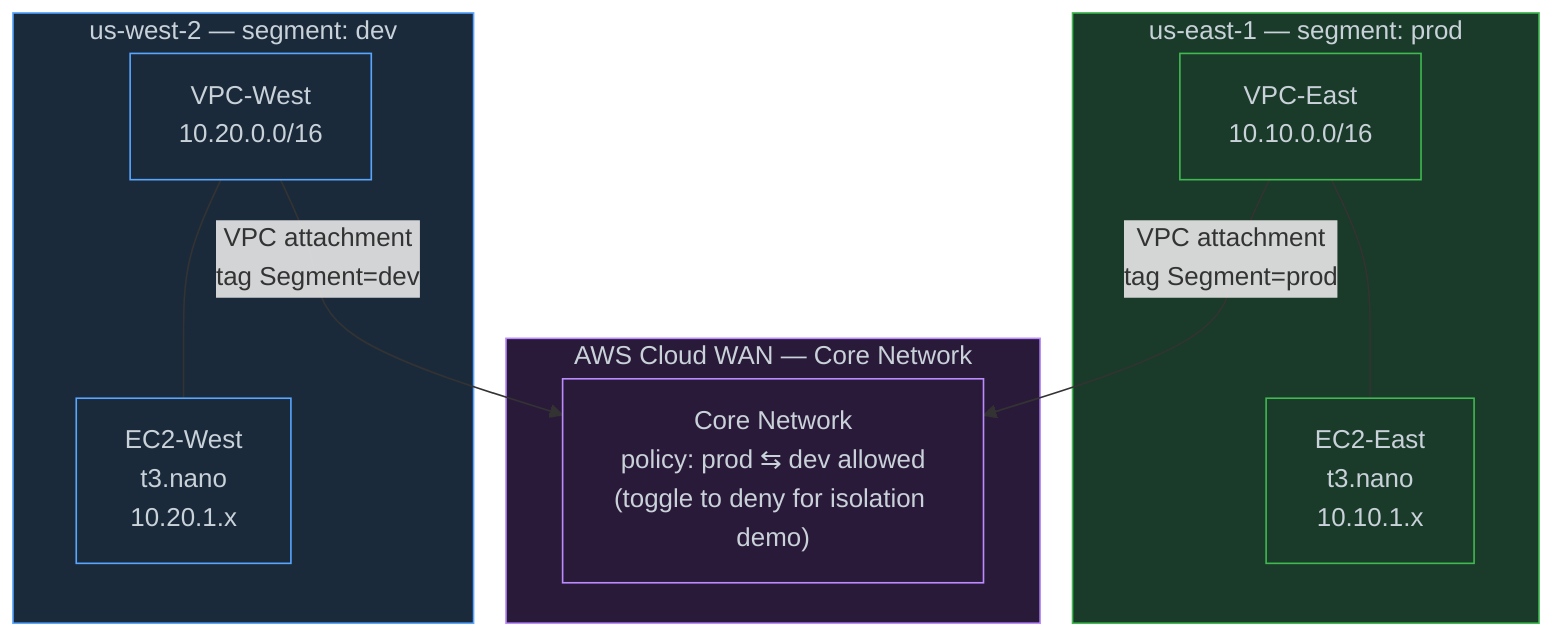
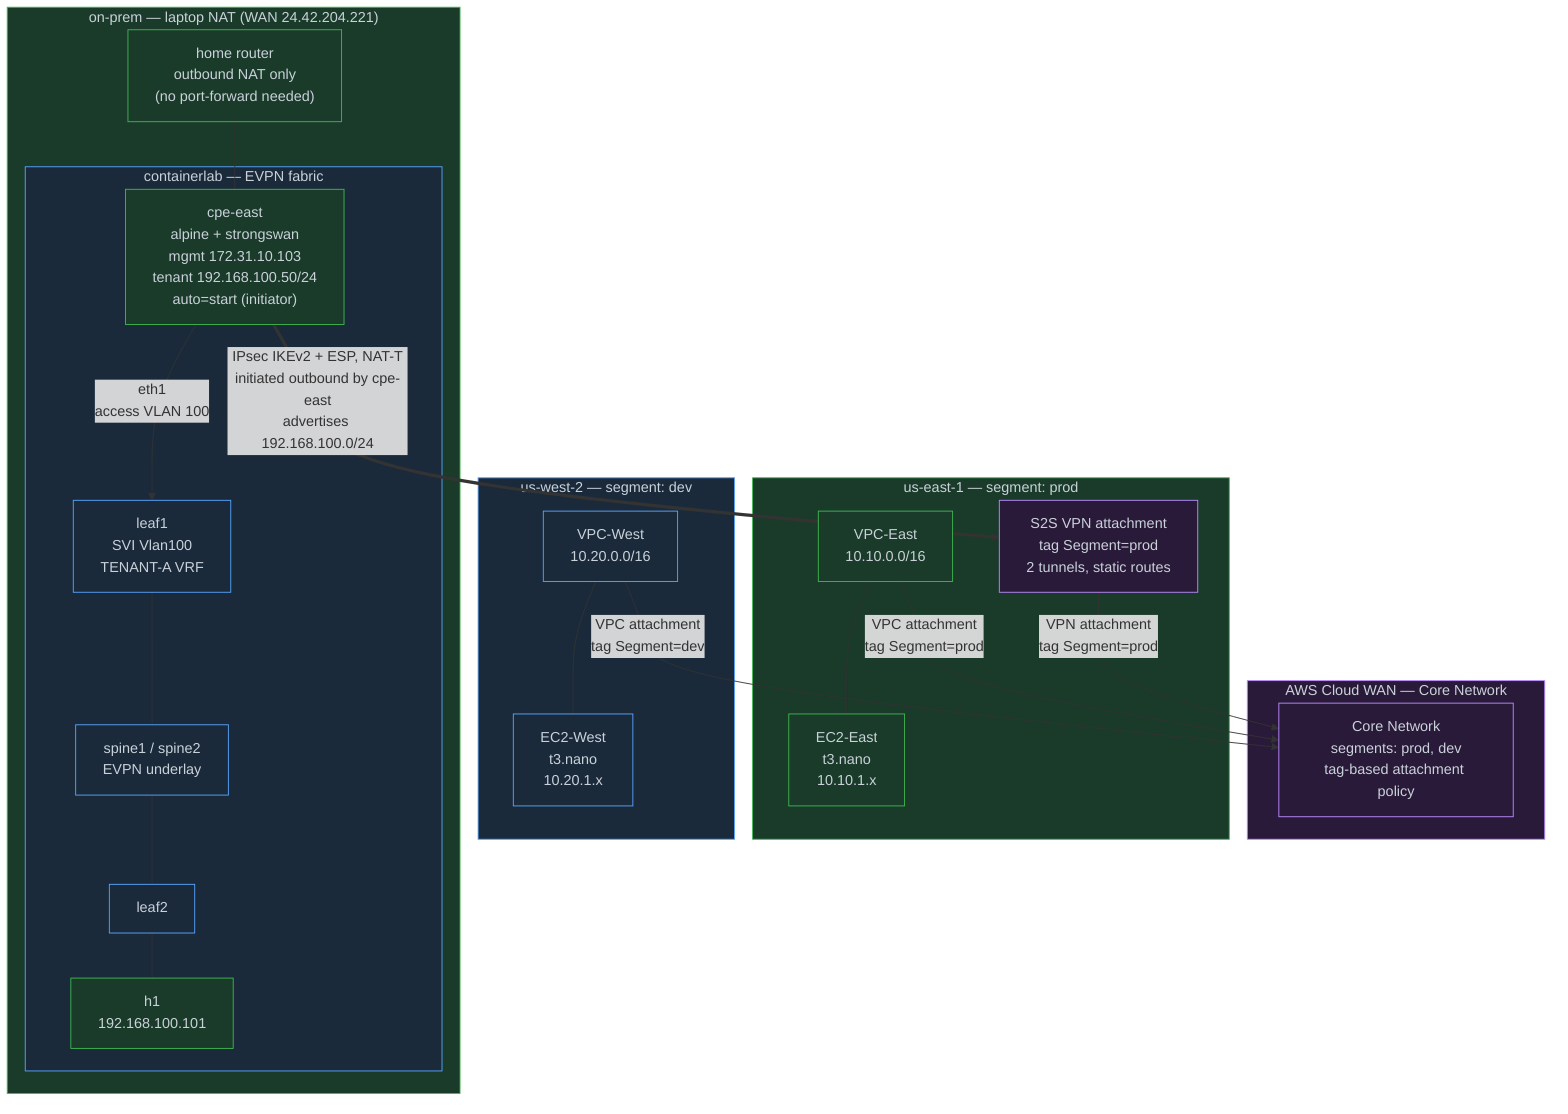
graph TB
    subgraph Fabric["AWS Cloud WAN — Core Network"]
-         CN["Core Network<br/>policy: prod ⇆ dev allowed<br/>(toggle to deny for isolation demo)"]
+         CN["Core Network<br/>segments: prod, dev<br/>tag-based attachment policy"]
    end

    subgraph East["us-east-1 — segment: prod"]
        VPCE["VPC-East<br/>10.10.0.0/16"]
        E1["EC2-East<br/>t3.nano<br/>10.10.1.x"]
+         VPNA["S2S VPN attachment<br/>tag Segment=prod<br/>2 tunnels, static routes"]
        VPCE --- E1
    end

    subgraph West["us-west-2 — segment: dev"]
        VPCW["VPC-West<br/>10.20.0.0/16"]
        W1["EC2-West<br/>t3.nano<br/>10.20.1.x"]
        VPCW --- W1
    end

+     subgraph Home["on-prem — laptop NAT (WAN 24.42.204.221)"]
+         NAT["home router<br/>outbound NAT only<br/>(no port-forward needed)"]
+         subgraph Clab["containerlab — EVPN fabric"]
+             CPE["cpe-east<br/>alpine + strongswan<br/>mgmt 172.31.10.103<br/>tenant 192.168.100.50/24<br/>auto=start (initiator)"]
+             L1["leaf1<br/>SVI Vlan100<br/>TENANT-A VRF"]
+             SP["spine1 / spine2<br/>EVPN underlay"]
+             L2["leaf2"]
+             H1["h1<br/>192.168.100.101"]
+             CPE -- "eth1<br/>access VLAN 100" --> L1
+             L1 --- SP
+             SP --- L2
+             L2 --- H1
+         end
+         NAT --- CPE
+     end
+ 
    VPCE -- "VPC attachment<br/>tag Segment=prod" --> CN
    VPCW -- "VPC attachment<br/>tag Segment=dev" --> CN
+     VPNA -- "VPN attachment<br/>tag Segment=prod" --> CN
+     CPE == "IPsec IKEv2 + ESP, NAT-T<br/>initiated outbound by cpe-east<br/>advertises 192.168.100.0/24" ==> VPNA

    style Fabric fill:#2a1a3a,stroke:#bc8cff,color:#c9d1d9
    style East fill:#1a3a2a,stroke:#3fb950,color:#c9d1d9
    style West fill:#1a2a3a,stroke:#58a6ff,color:#c9d1d9
+     style Home fill:#1a3a2a,stroke:#3fb950,color:#c9d1d9
+     style Clab fill:#1a2a3a,stroke:#58a6ff,color:#c9d1d9
    style CN fill:#2a1a3a,stroke:#bc8cff,color:#c9d1d9
    style VPCE fill:#1a3a2a,stroke:#3fb950,color:#c9d1d9
    style VPCW fill:#1a2a3a,stroke:#58a6ff,color:#c9d1d9
    style E1 fill:#1a3a2a,stroke:#3fb950,color:#c9d1d9
    style W1 fill:#1a2a3a,stroke:#58a6ff,color:#c9d1d9
+     style VPNA fill:#2a1a3a,stroke:#bc8cff,color:#c9d1d9
+     style NAT fill:#1a3a2a,stroke:#3fb950,color:#c9d1d9
+     style CPE fill:#1a3a2a,stroke:#3fb950,color:#c9d1d9
+     style L1 fill:#1a2a3a,stroke:#58a6ff,color:#c9d1d9
+     style L2 fill:#1a2a3a,stroke:#58a6ff,color:#c9d1d9
+     style SP fill:#1a2a3a,stroke:#58a6ff,color:#c9d1d9
+     style H1 fill:#1a3a2a,stroke:#3fb950,color:#c9d1d9
